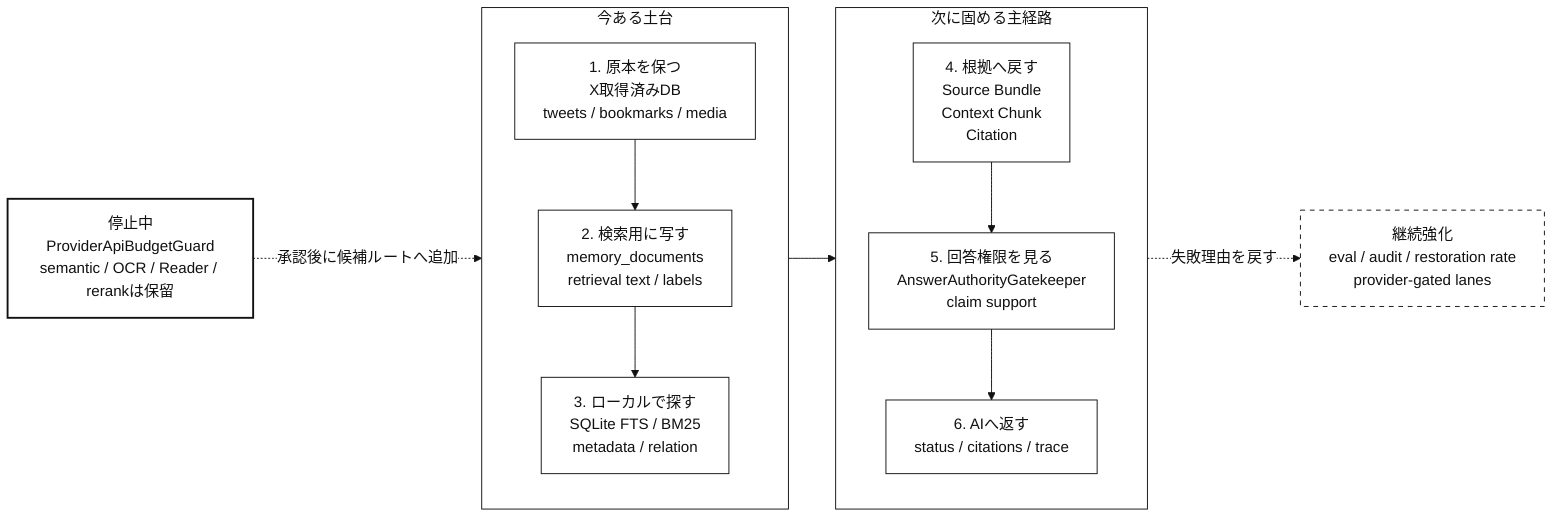
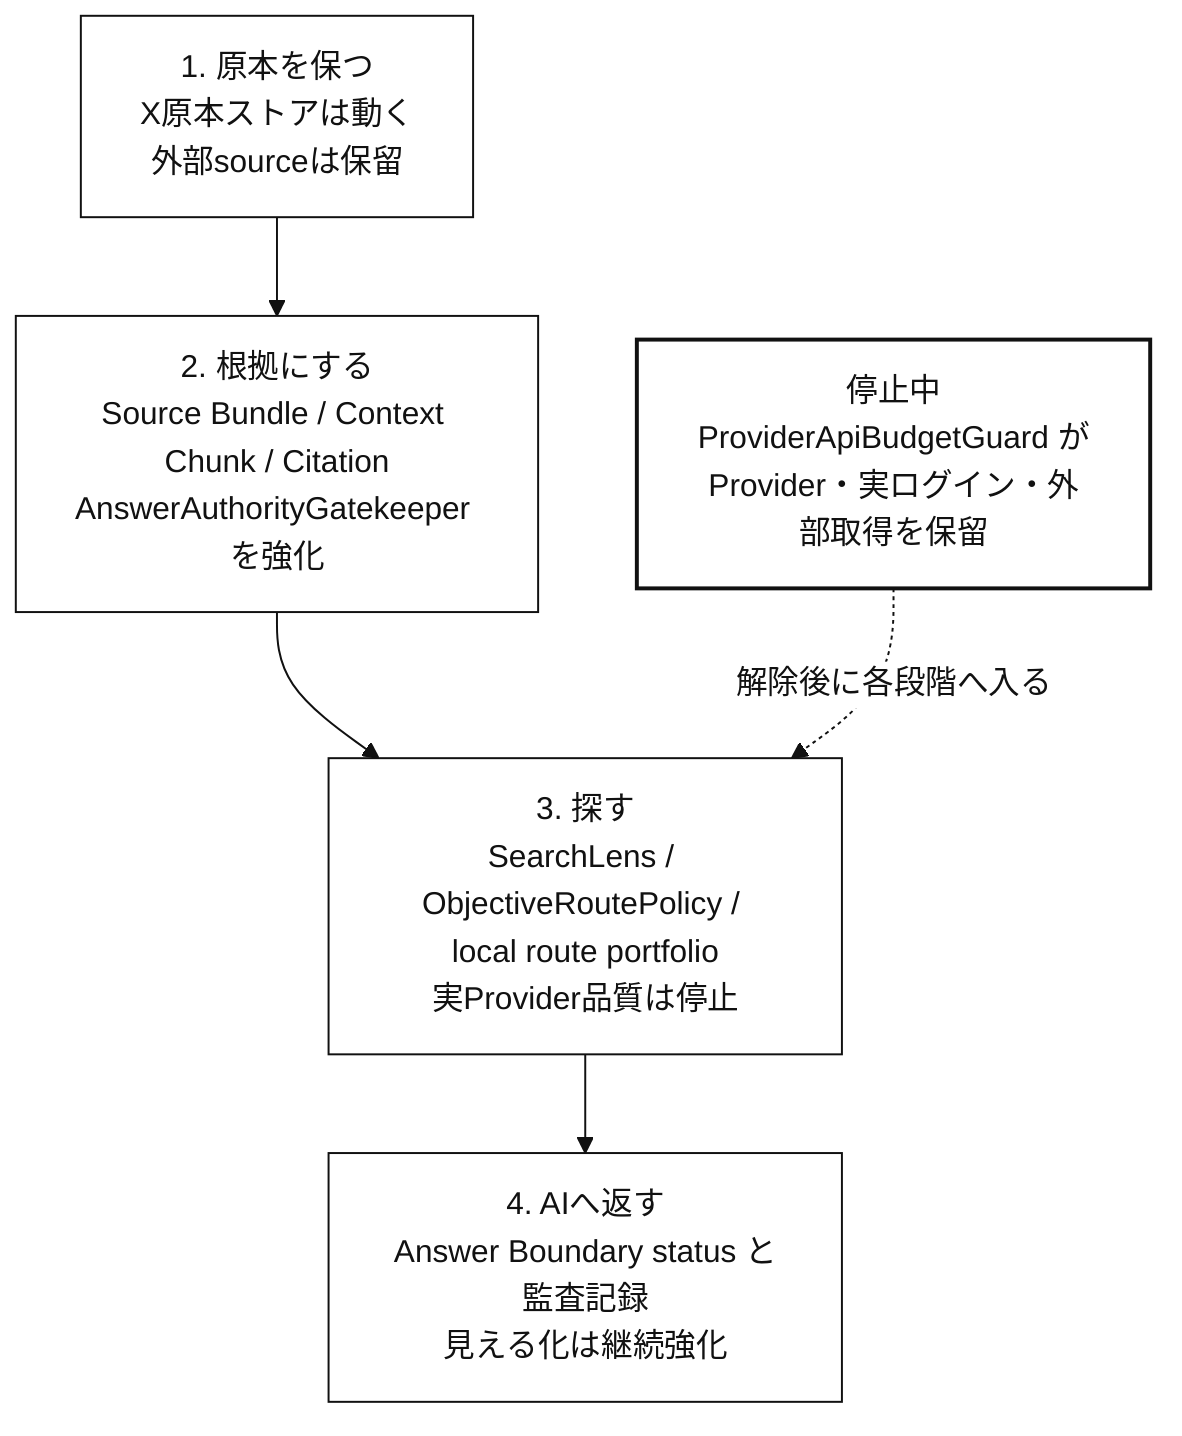
%%{init: {"theme":"base","themeVariables":{"background":"#ffffff","primaryColor":"#ffffff","primaryBorderColor":"#111111","primaryTextColor":"#111111","secondaryColor":"#ffffff","secondaryBorderColor":"#111111","secondaryTextColor":"#111111","tertiaryColor":"#ffffff","tertiaryBorderColor":"#111111","tertiaryTextColor":"#111111","lineColor":"#111111","textColor":"#111111","mainBkg":"#ffffff","secondBkg":"#ffffff","actorBkg":"#ffffff","actorBorder":"#111111","actorTextColor":"#111111","activationBkgColor":"#ffffff","activationBorderColor":"#111111","noteBkgColor":"#ffffff","noteBorderColor":"#111111","labelBoxBkgColor":"#ffffff","labelBoxBorderColor":"#111111","signalColor":"#111111","signalTextColor":"#111111","loopTextColor":"#111111"}}}%%
- flowchart LR
-   %% 現状のWBS / ロードマップ図: 動いている土台と、次に本物化する層を見る
+ flowchart TB
+   %% 現状のWBS / ロードマップ図: 主経路のどこが動き、どこが保留かを見る

-   classDef main fill:#ffffff,stroke:#111111,color:#111111
+   classDef done fill:#ffffff,stroke:#111111,color:#111111
+   classDef next fill:#ffffff,stroke:#111111,color:#111111
  classDef gate fill:#ffffff,stroke:#111111,color:#111111,stroke-width:2px
-   classDef side fill:#ffffff,stroke:#111111,color:#111111,stroke-dasharray: 5 5

-   subgraph base["今ある土台"]
-     direction TB
-     source["1. 原本を保つ<br/>X取得済みDB<br/>tweets / bookmarks / media"]:::main
-     projection["2. 検索用に写す<br/>memory_documents<br/>retrieval text / labels"]:::main
-     local["3. ローカルで探す<br/>SQLite FTS / BM25<br/>metadata / relation"]:::main
-   end
+   source["1. 原本を保つ<br/>X原本ストアは動く<br/>外部sourceは保留"]:::done
+   evidence["2. 根拠にする<br/>Source Bundle / Context Chunk / Citation<br/>AnswerAuthorityGatekeeper を強化"]:::next
+   search["3. 探す<br/>SearchLens / ObjectiveRoutePolicy / local route portfolio<br/>実Provider品質は停止"]:::next
+   tool["4. AIへ返す<br/>Answer Boundary status と監査記録<br/>見える化は継続強化"]:::done
+   gate["停止中<br/>ProviderApiBudgetGuard がProvider・実ログイン・外部取得を保留"]:::gate

-   subgraph next["次に固める主経路"]
-     direction TB
-     evidence["4. 根拠へ戻す<br/>Source Bundle<br/>Context Chunk<br/>Citation"]:::main
-     authority["5. 回答権限を見る<br/>AnswerAuthorityGatekeeper<br/>claim support"]:::main
-     tool["6. AIへ返す<br/>status / citations / trace"]:::main
-   end
- 
-   provider["停止中<br/>ProviderApiBudgetGuard<br/>semantic / OCR / Reader / rerankは保留"]:::gate
-   audit["継続強化<br/>eval / audit / restoration rate<br/>provider-gated lanes"]:::side
- 
-   source --> projection --> local
-   evidence --> authority --> tool
-   base --> next
-   provider -. "承認後に候補ルートへ追加" .-> local
-   tool -. "失敗理由を戻す" .-> audit
+   source --> evidence --> search --> tool
+   gate -. "解除後に各段階へ入る" .-> search
